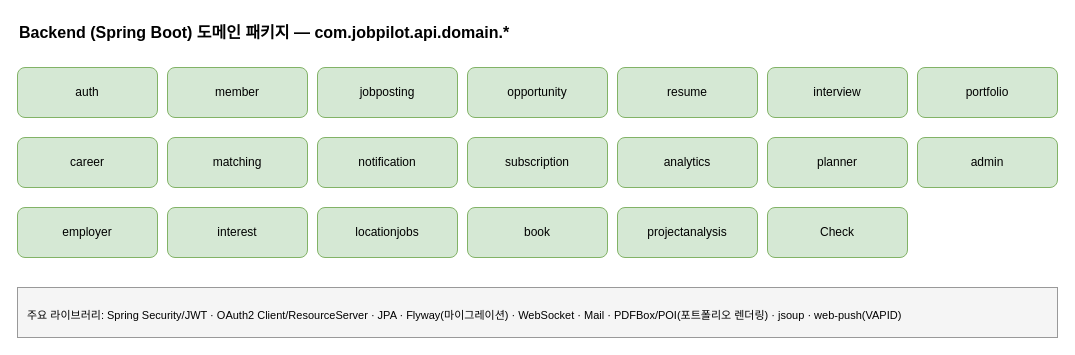
Earlier version of the draw.io diagram page "Backend 도메인 상세" (2 of 2) of jobpilot-ai/docs/jobpilot-ai-architecture.drawio (hanyeong0605-prog/Final_Project). Source tidied: cells renumbered, new cells numbered last; positions are measured from the earlier drawing's top-left corner, leaving out a move shared by most shapes. Both pictures are drawn from the tidied source at 100%, with x=0, y=0 at pixel (17, 17).
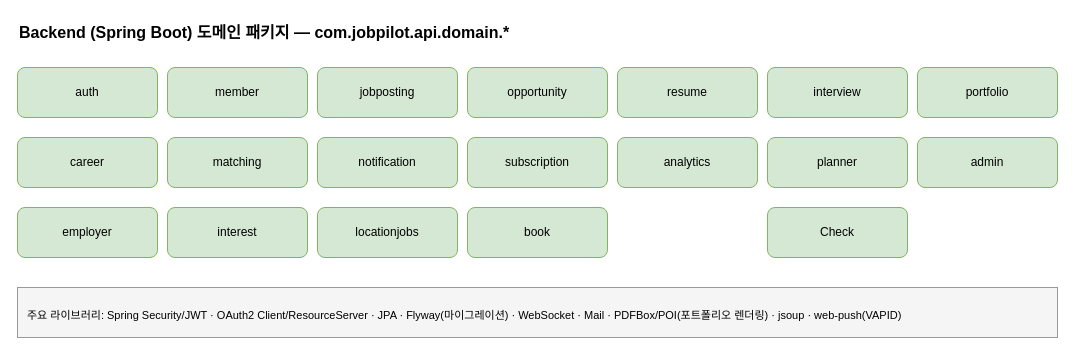
The same diagram, later.

What changed in the source:
```diff
@@
-    <mxCell id="21" value="projectanalysis" style="rounded=1;whiteSpace=wrap;html=1;fillColor=#d5e8d4;strokeColor=#82b366;fontSize=12;" parent="1" vertex="1">
-      <mxGeometry x="600" y="190" width="140" height="50" as="geometry" />
-    </mxCell>
```
